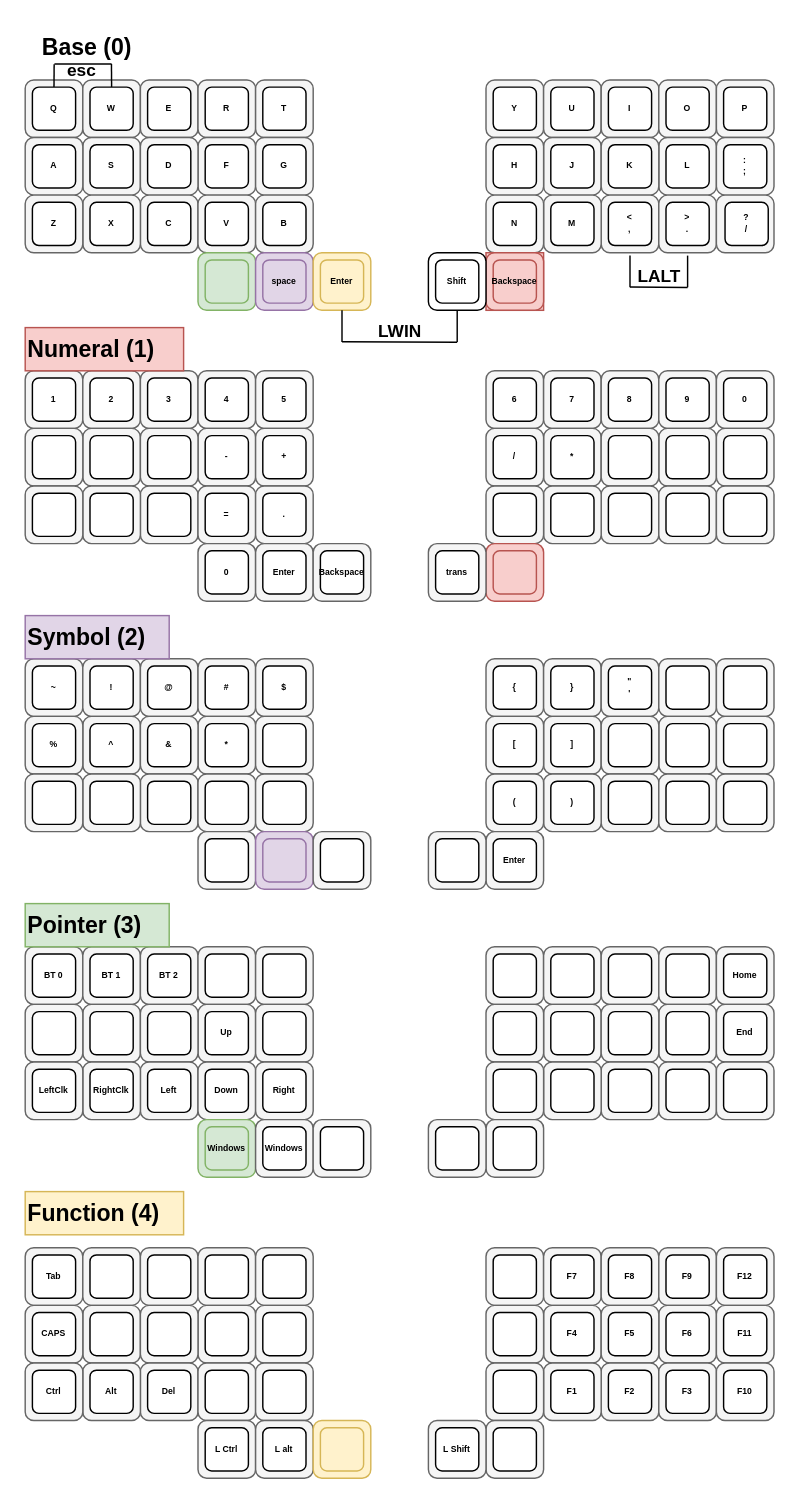
The draw.io diagram charybdis-keymap.drawio in DonovanJJ/zmk-for-charybdis, before the edit. Source tidied: cells renumbered, new cells numbered last; positions are measured from the earlier drawing's top-left corner, leaving out a move shared by most shapes. Both pictures are drawn from the tidied source at 144%, with x=0, y=0 at pixel (24, 24).
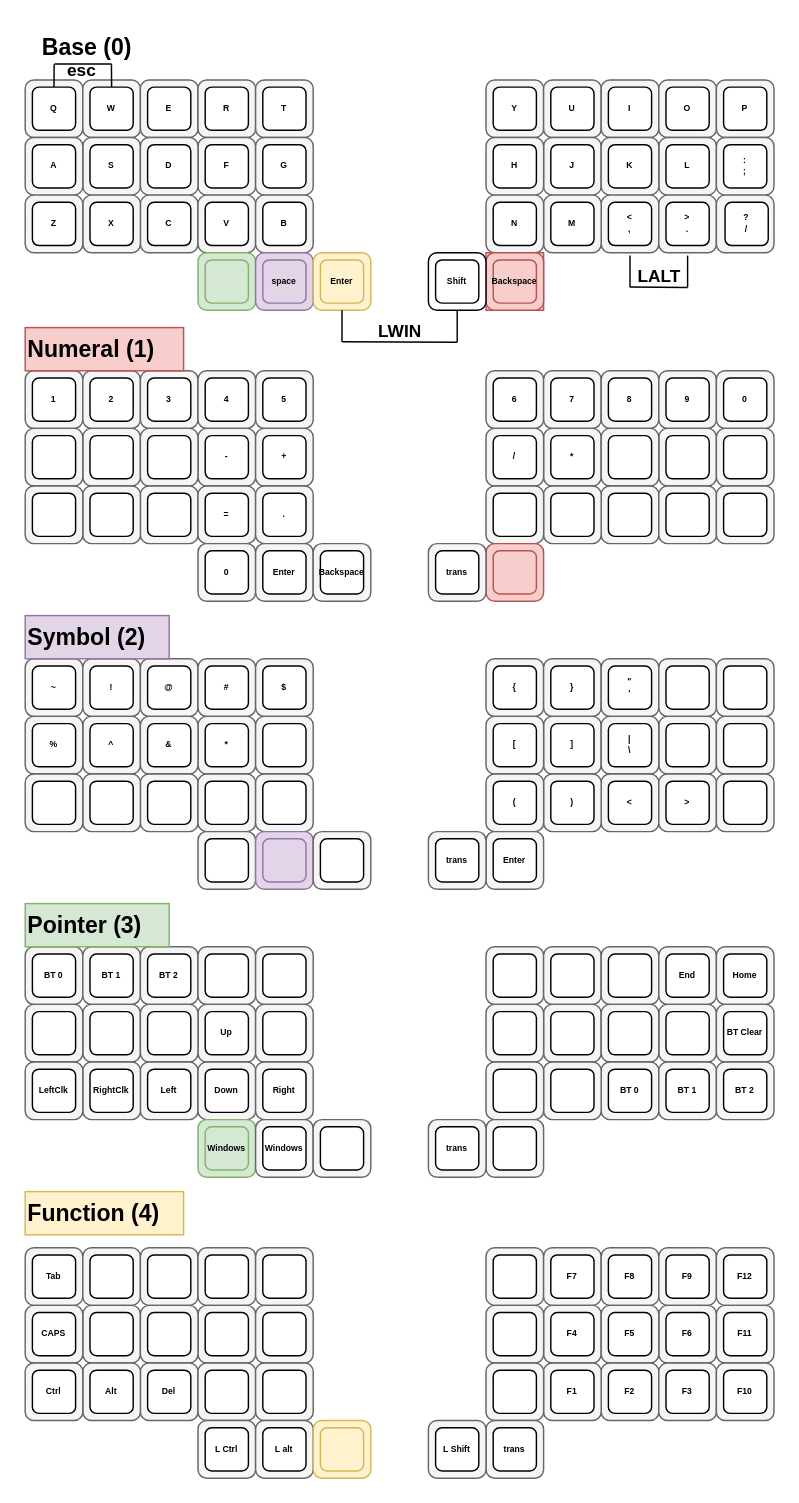
After the change.

The change refers to these unchanged cells:
```xml
<mxCell id="190" style="group;" parent="108" vertex="1">
  <mxGeometry x="400" y="40" width="40" height="40" as="geometry" />
</mxCell>
<mxCell id="193" style="group;" parent="108" vertex="1">
  <mxGeometry x="400" y="80" width="80" height="40" as="geometry" />
</mxCell>
<mxCell id="196" style="group;" parent="193" vertex="1">
  <mxGeometry x="40" width="40" height="40" as="geometry" />
</mxCell>
<mxCell id="211" style="group;" parent="108" vertex="1">
  <mxGeometry x="280" y="120" width="40" height="40" as="geometry" />
</mxCell>
<mxCell id="421" style="group;" parent="321" vertex="1">
  <mxGeometry x="320" y="120" width="40" height="40" as="geometry" />
</mxCell>
<mxCell id="495" style="group;" parent="431" vertex="1">
  <mxGeometry x="440" width="40" height="40" as="geometry" />
</mxCell>
<mxCell id="510" style="group;" parent="431" vertex="1">
  <mxGeometry x="480" y="40" width="40" height="40" as="geometry" />
</mxCell>
<mxCell id="516" style="group;" parent="431" vertex="1">
  <mxGeometry x="400" y="80" width="80" height="40" as="geometry" />
</mxCell>
<mxCell id="519" style="group;" parent="516" vertex="1">
  <mxGeometry x="40" width="40" height="40" as="geometry" />
</mxCell>
<mxCell id="522" style="group;" parent="431" vertex="1">
  <mxGeometry x="480" y="80" width="40" height="40" as="geometry" />
</mxCell>
<mxCell id="534" style="group;" parent="431" vertex="1">
  <mxGeometry x="280" y="120" width="40" height="40" as="geometry" />
</mxCell>
```

What changed in the source:
```diff
@@
-    <mxCell id="192" style="whiteSpace=wrap;html=1;rounded=1;shadow=0;fontSize=6;fontStyle=1;" parent="190" vertex="1">
+    <mxCell id="192" value="&lt;div&gt;|&lt;/div&gt;\" style="whiteSpace=wrap;html=1;rounded=1;shadow=0;fontSize=6;fontStyle=1;" parent="190" vertex="1">
       <mxGeometry x="5" y="5" width="30" height="30" as="geometry" />
     </mxCell>
@@
-    <mxCell id="195" style="whiteSpace=wrap;html=1;rounded=1;shadow=0;fontSize=6;fontStyle=1;" parent="193" vertex="1">
+    <mxCell id="195" value="&amp;lt;" style="whiteSpace=wrap;html=1;rounded=1;shadow=0;fontSize=6;fontStyle=1;" parent="193" vertex="1">
       <mxGeometry x="5" y="5" width="30" height="30" as="geometry" />
     </mxCell>
@@
-    <mxCell id="198" style="whiteSpace=wrap;html=1;rounded=1;shadow=0;fontSize=6;fontStyle=1;" parent="196" vertex="1">
+    <mxCell id="198" value="&amp;gt;" style="whiteSpace=wrap;html=1;rounded=1;shadow=0;fontSize=6;fontStyle=1;" parent="196" vertex="1">
       <mxGeometry x="5" y="5" width="30" height="30" as="geometry" />
     </mxCell>
@@
-    <mxCell id="213" style="whiteSpace=wrap;html=1;rounded=1;shadow=0;fontSize=6;fontStyle=1;" parent="211" vertex="1">
+    <mxCell id="213" value="trans" style="whiteSpace=wrap;html=1;rounded=1;shadow=0;fontSize=6;fontStyle=1;" parent="211" vertex="1">
       <mxGeometry x="5" y="5" width="30" height="30" as="geometry" />
     </mxCell>
@@
-    <mxCell id="423" style="whiteSpace=wrap;html=1;rounded=1;shadow=0;fontSize=6;fontStyle=1;" parent="421" vertex="1">
+    <mxCell id="423" value="trans" style="whiteSpace=wrap;html=1;rounded=1;shadow=0;fontSize=6;fontStyle=1;" parent="421" vertex="1">
       <mxGeometry x="5" y="5" width="30" height="30" as="geometry" />
     </mxCell>
@@
-    <mxCell id="497" style="whiteSpace=wrap;html=1;rounded=1;shadow=0;fontSize=6;fontStyle=1;" parent="495" vertex="1">
+    <mxCell id="497" value="End" style="whiteSpace=wrap;html=1;rounded=1;shadow=0;fontSize=6;fontStyle=1;" parent="495" vertex="1">
       <mxGeometry x="5" y="5" width="30" height="30" as="geometry" />
     </mxCell>
@@
-    <mxCell id="512" value="End" style="whiteSpace=wrap;html=1;rounded=1;shadow=0;fontSize=6;fontStyle=1;" parent="510" vertex="1">
+    <mxCell id="512" value="BT Clear" style="whiteSpace=wrap;html=1;rounded=1;shadow=0;fontSize=6;fontStyle=1;" parent="510" vertex="1">
       <mxGeometry x="5" y="5" width="30" height="30" as="geometry" />
     </mxCell>
@@
-    <mxCell id="518" style="whiteSpace=wrap;html=1;rounded=1;shadow=0;fontSize=6;fontStyle=1;" parent="516" vertex="1">
+    <mxCell id="518" value="BT 0" style="whiteSpace=wrap;html=1;rounded=1;shadow=0;fontSize=6;fontStyle=1;" parent="516" vertex="1">
       <mxGeometry x="5" y="5" width="30" height="30" as="geometry" />
     </mxCell>
@@
-    <mxCell id="521" style="whiteSpace=wrap;html=1;rounded=1;shadow=0;fontSize=6;fontStyle=1;" parent="519" vertex="1">
+    <mxCell id="521" value="BT 1" style="whiteSpace=wrap;html=1;rounded=1;shadow=0;fontSize=6;fontStyle=1;" parent="519" vertex="1">
       <mxGeometry x="5" y="5" width="30" height="30" as="geometry" />
     </mxCell>
@@
-    <mxCell id="524" style="whiteSpace=wrap;html=1;rounded=1;shadow=0;fontSize=6;fontStyle=1;" parent="522" vertex="1">
+    <mxCell id="524" value="BT 2" style="whiteSpace=wrap;html=1;rounded=1;shadow=0;fontSize=6;fontStyle=1;" parent="522" vertex="1">
       <mxGeometry x="5" y="5" width="30" height="30" as="geometry" />
     </mxCell>
@@
-    <mxCell id="536" style="whiteSpace=wrap;html=1;rounded=1;shadow=0;fontSize=6;fontStyle=1;" parent="534" vertex="1">
+    <mxCell id="536" value="trans" style="whiteSpace=wrap;html=1;rounded=1;shadow=0;fontSize=6;fontStyle=1;" parent="534" vertex="1">
       <mxGeometry x="5" y="5" width="30" height="30" as="geometry" />
     </mxCell>
```
